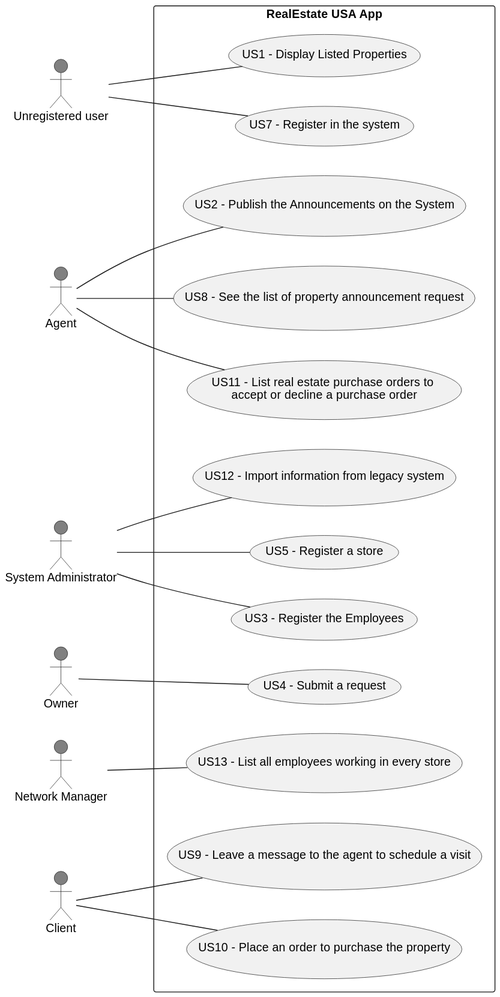
1220812/LAPR2 keeps this PlantUML diagram as docs/sprintD/global-artifacts/01.requirements-engineering/svg/use-case-diagram.svg. Above is the earlier version. Its diagram source:
```plantuml
@startuml
left to right direction

actor "Unregistered user" as unUser #grey
actor "Agent" as Agent #grey
actor "System Administrator" as Admin #grey
actor "Owner" as Owner #grey
actor "Network Manager" as NM #grey
actor "Client" as C #grey

rectangle "RealEstate USA App"{
 usecase "US1 - Display Listed Properties" as UC1
 usecase "US7 - Register in the system" as UC7
 usecase "US2 - Publish the Announcements on the System" as UC2
 usecase "US4 - Submit a request" as UC4
 usecase "US5 - Register a store" as UC5
 usecase "US8 - See the list of property announcement request" as UC8
 usecase "US9 - Leave a message to the agent to schedule a visit" as UC9
 usecase "US10 - Place an order to purchase the property" as UC10
 usecase "US12 - Import information from legacy system" as UC12
 usecase "US3 - Register the Employees" as UC3
 usecase "US11 - List real estate purchase orders to \naccept or decline a purchase order" as UC11
 usecase "US13 - List all employees working in every store" as UC13
 }
 unUser -- UC1
 Agent -- UC2
 Admin -- UC5
 Admin -- UC3
 Owner -- UC4
 unUser -- UC7
 NM -- UC13
 Agent -- UC11
 Agent -- UC8
 C -- UC9
 C -- UC10
Admin -- UC12
@enduml
```
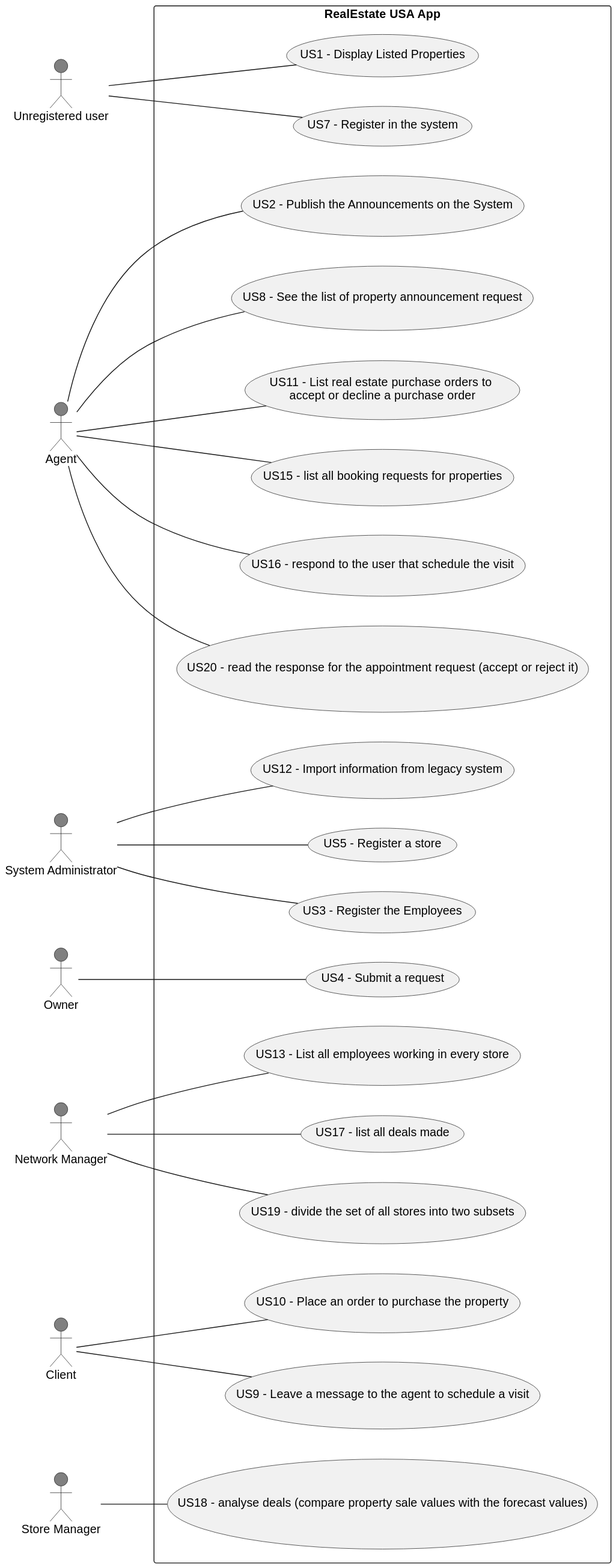
After the change.

What changed in the source:
```diff
@@ -7,6 +7,7 @@
 actor "Owner" as Owner #grey
 actor "Network Manager" as NM #grey
 actor "Client" as C #grey
+actor "Store Manager" as SM #grey
 
 rectangle "RealEstate USA App"{
  usecase "US1 - Display Listed Properties" as UC1
@@ -21,7 +22,14 @@
  usecase "US3 - Register the Employees" as UC3
  usecase "US11 - List real estate purchase orders to \naccept or decline a purchase order" as UC11
  usecase "US13 - List all employees working in every store" as UC13
+ usecase "US15 - list all booking requests for properties" as UC15
+ usecase "US16 - respond to the user that schedule the visit" as UC16
+ usecase "US17 - list all deals made" as UC17
+ usecase "US18 - analyse deals (compare property sale values with the forecast values)" as UC18
+ usecase "US19 - divide the set of all stores into two subsets" as UC19
+ usecase "US20 - read the response for the appointment request (accept or reject it)" as UC20
  }
+
  unUser -- UC1
  Agent -- UC2
  Admin -- UC5
@@ -29,9 +37,16 @@
  Owner -- UC4
  unUser -- UC7
  NM -- UC13
+ NM -- UC17
+ NM -- UC19
  Agent -- UC11
  Agent -- UC8
+ Agent -- UC15
+ Agent -- UC16
+ Agent -- UC20
  C -- UC9
  C -- UC10
+ SM -- UC18
+
 Admin -- UC12
 @enduml
```
